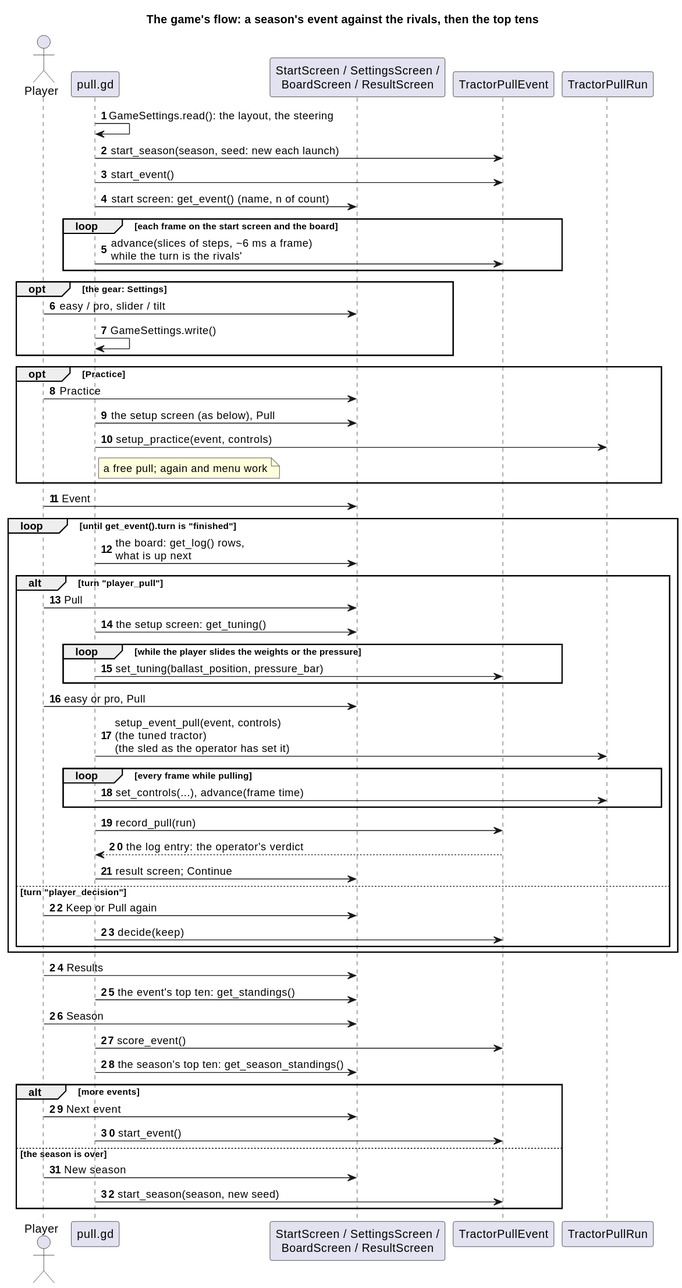
The PlantUML diagram docs/diagrams/svg/godot_run_flow_sequence.svg in wversteeg/TractorPulling, before a commit.
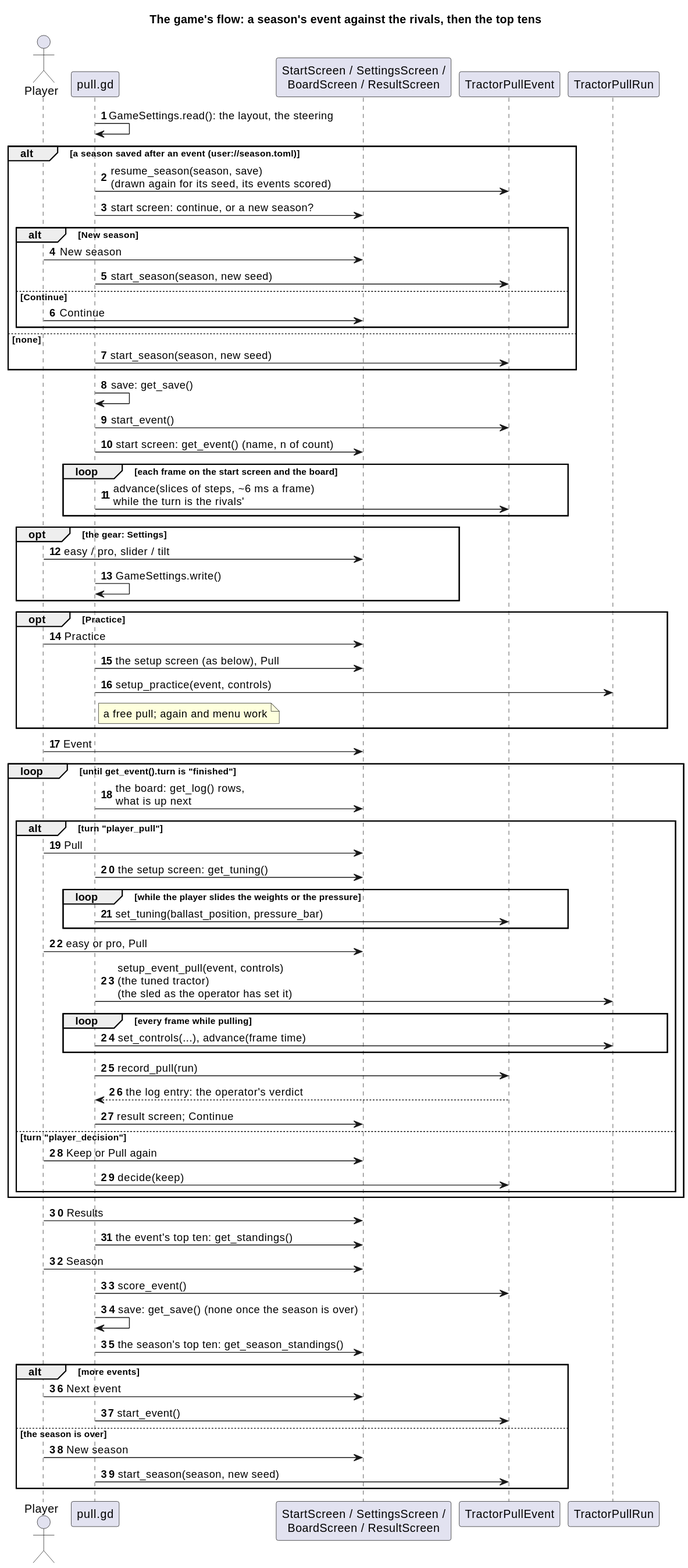
The same file after the commit.

Change to the diagram source:
```diff
@@ -8,7 +8,19 @@
 participant "TractorPullRun" as Run
 
 Pull -> Pull : GameSettings.read(): the layout, the steering
-Pull -> Event : start_season(season, seed: new each launch)
+alt a season saved after an event (user://season.toml)
+  Pull -> Event : resume_season(season, save)\n(drawn again for its seed, its events scored)
+  Pull -> Screens : start screen: continue, or a new season?
+  alt New season
+    Player -> Screens : New season
+    Pull -> Event : start_season(season, new seed)
+  else Continue
+    Player -> Screens : Continue
+  end
+else none
+  Pull -> Event : start_season(season, new seed)
+end
+Pull -> Pull : save: get_save()
 Pull -> Event : start_event()
 Pull -> Screens : start screen: get_event() (name, n of count)
 loop each frame on the start screen and the board
@@ -50,6 +62,7 @@
 Pull -> Screens : the event's top ten: get_standings()
 Player -> Screens : Season
 Pull -> Event : score_event()
+Pull -> Pull : save: get_save() (none once the season is over)
 Pull -> Screens : the season's top ten: get_season_standings()
 alt more events
   Player -> Screens : Next event
```
